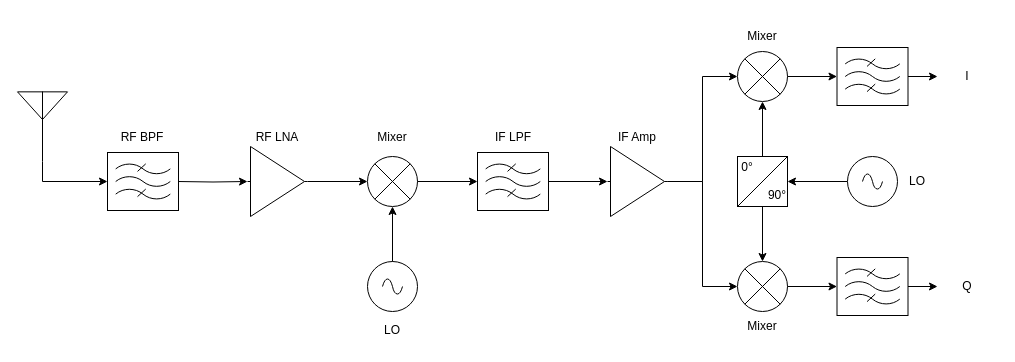
Niclasapdk/esd5_project keeps this draw.io diagram as gitfigures/system_design/rf_front_end/superheterodynereceiver.drawio. Above is the earlier version. Source tidied: cells renumbered, new cells numbered last; positions are measured from the earlier drawing's top-left corner, leaving out a move shared by most shapes. Both pictures are drawn from the tidied source at 100%, with x=0, y=0 at pixel (17, 21).
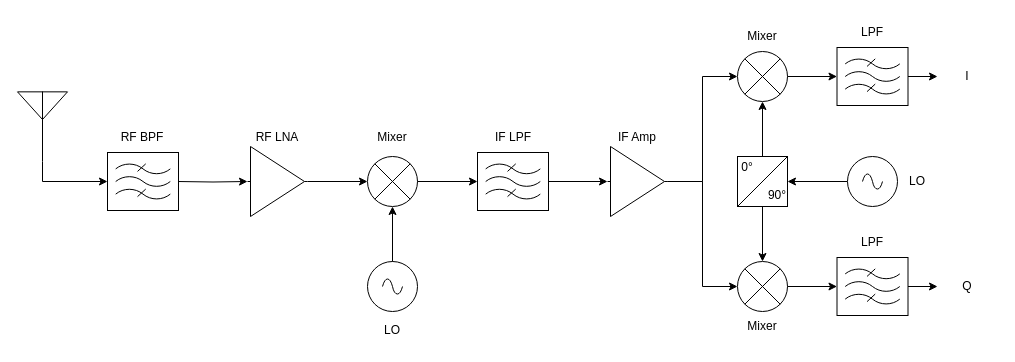
The same page after the edit.

What changed in the source:
```diff
@@
+    <mxCell id="44" value="&lt;div&gt;LPF&lt;/div&gt;" style="text;html=1;align=center;verticalAlign=middle;whiteSpace=wrap;rounded=0;" parent="1" vertex="1">
+      <mxGeometry x="825" y="206" width="60" height="30" as="geometry" />
+    </mxCell>
+    <mxCell id="45" value="LPF" style="text;html=1;align=center;verticalAlign=middle;whiteSpace=wrap;rounded=0;" parent="1" vertex="1">
+      <mxGeometry x="825" y="-4" width="60" height="30" as="geometry" />
+    </mxCell>
```
